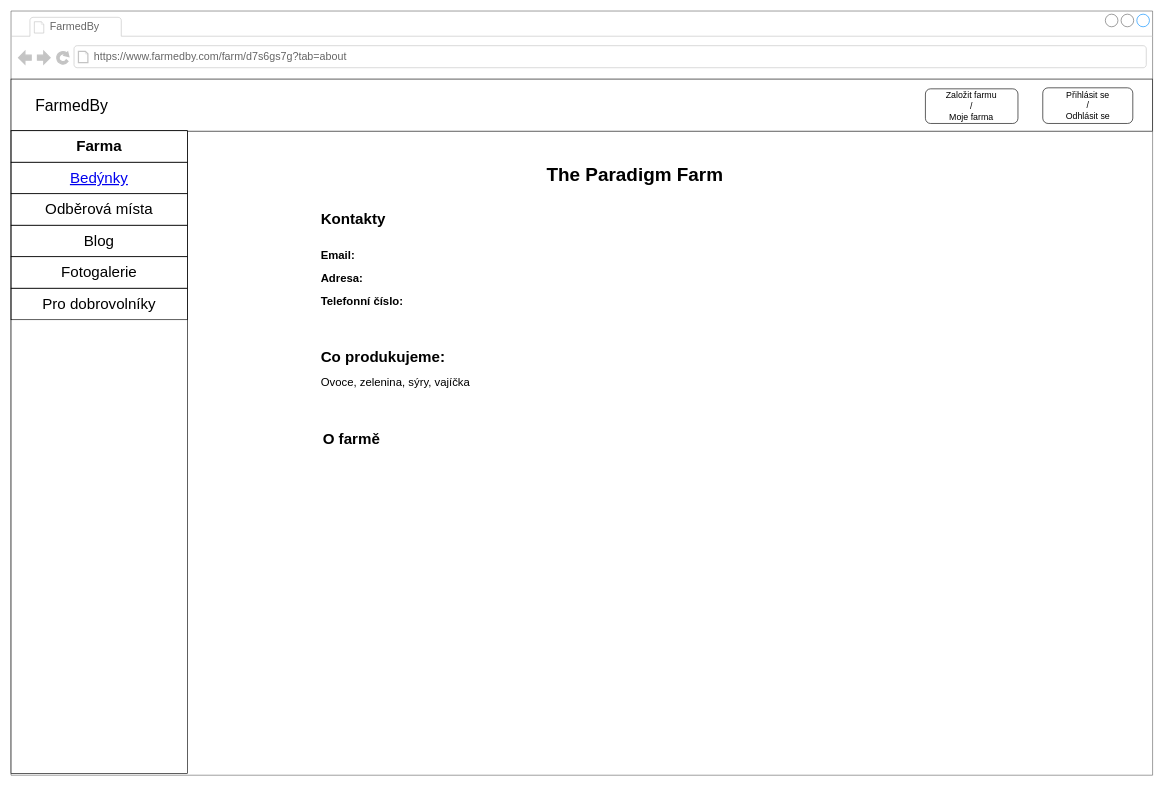
matous94/farmedby keeps this draw.io diagram as page "FarmPage" (4 of 7) of wireframes.drawio. Above is the earlier version. Source tidied: cells renumbered, new cells numbered last; positions are measured from the earlier drawing's top-left corner, leaving out a move shared by most shapes. Both pictures are drawn from the tidied source at 63%, with x=0, y=0 at pixel (11, 11).
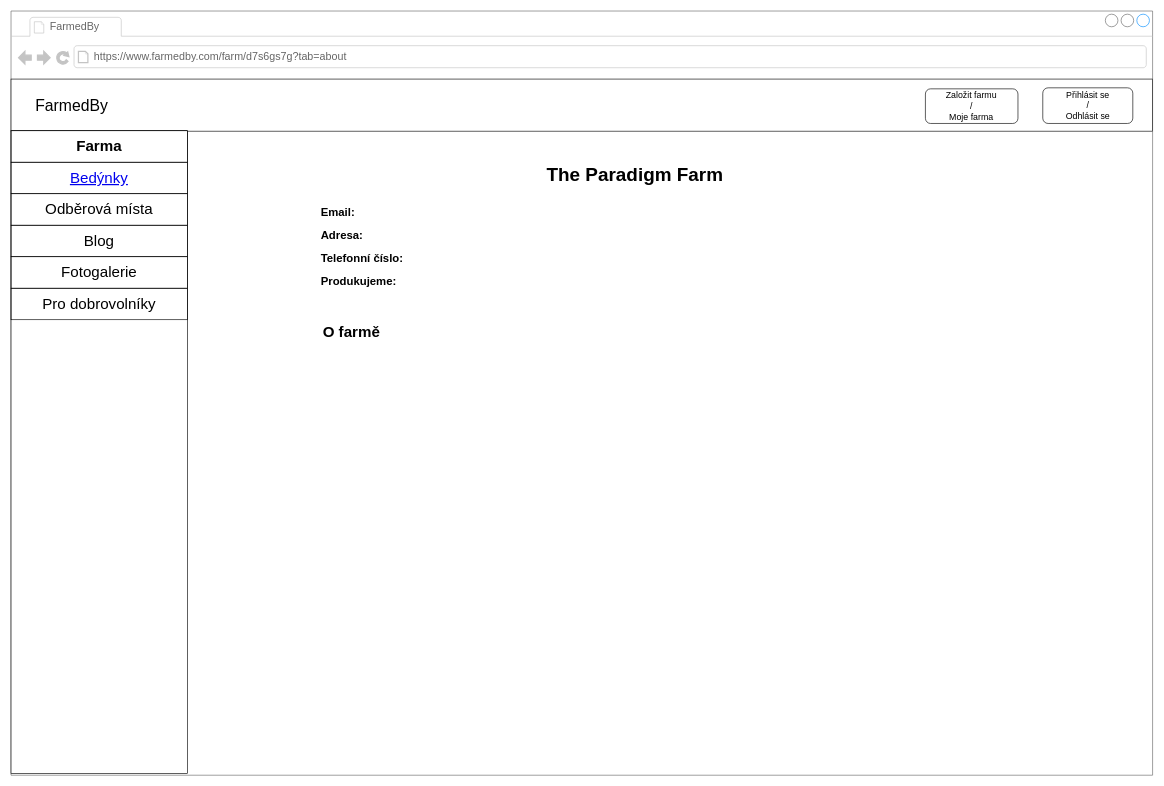
After the change.

Unchanged cells that the change refers to:
```xml
<mxCell id="2" style="group;" parent="1" vertex="1">
  <mxGeometry width="1812" height="1213" as="geometry" />
</mxCell>
```

Diff of the diagram source:
```diff
@@
-    <mxCell id="18" style="group;" parent="2" vertex="1">
-      <mxGeometry x="490" y="290" width="300" height="410" as="geometry" />
-    </mxCell>
-    <mxCell id="19" value="&lt;h1&gt;Kontakty&lt;/h1&gt;" style="text;html=1;strokeColor=none;fillColor=none;align=left;verticalAlign=middle;whiteSpace=wrap;rounded=0;" parent="18" vertex="1">
-      <mxGeometry width="250" height="80" as="geometry" />
-    </mxCell>
+    <mxCell id="24" value="&lt;font style=&quot;font-size: 30px&quot;&gt;The Paradigm Farm&lt;/font&gt;" style="text;strokeColor=none;fillColor=none;html=1;fontSize=24;fontStyle=1;verticalAlign=middle;align=center;" parent="2" vertex="1">
+      <mxGeometry x="840" y="230" width="300" height="60" as="geometry" />
+    </mxCell>
-    <mxCell id="20" value="&lt;h2&gt;Email:&lt;/h2&gt;&lt;h2&gt;Adresa:&lt;/h2&gt;&lt;h2&gt;Telefonní číslo:&lt;/h2&gt;" style="text;html=1;strokeColor=none;fillColor=none;align=left;verticalAlign=middle;whiteSpace=wrap;rounded=0;" parent="18" vertex="1">
-      <mxGeometry y="80" width="190" height="110" as="geometry" />
+    <mxCell id="20" value="&lt;h2&gt;Email:&lt;/h2&gt;&lt;h2&gt;Adresa:&lt;/h2&gt;&lt;h2&gt;Telefonní číslo:&lt;/h2&gt;&lt;div&gt;&lt;h2&gt;Produkujeme:&lt;/h2&gt;&lt;/div&gt;" style="text;html=1;strokeColor=none;fillColor=none;align=left;verticalAlign=middle;whiteSpace=wrap;rounded=0;" parent="2" vertex="1">
+      <mxGeometry x="490" y="310" width="190" height="130" as="geometry" />
     </mxCell>
-    <mxCell id="21" value="Co produkujeme:" style="text;strokeColor=none;fillColor=none;html=1;fontSize=24;fontStyle=1;verticalAlign=middle;align=left;" parent="18" vertex="1">
-      <mxGeometry y="230" width="210" height="60" as="geometry" />
-    </mxCell>
-    <mxCell id="22" value="&lt;h2&gt;&lt;span style=&quot;font-weight: normal&quot;&gt;Ovoce, zelenina, sýry, vajíčka&lt;/span&gt;&lt;/h2&gt;" style="text;html=1;strokeColor=none;fillColor=none;align=left;verticalAlign=middle;whiteSpace=wrap;rounded=0;" parent="18" vertex="1">
-      <mxGeometry y="280" width="300" height="40" as="geometry" />
-    </mxCell>
-    <mxCell id="23" value="O farmě" style="text;strokeColor=none;fillColor=none;html=1;fontSize=24;fontStyle=1;verticalAlign=middle;align=center;" parent="18" vertex="1">
-      <mxGeometry y="370" width="100" height="40" as="geometry" />
+    <mxCell id="23" value="O farmě" style="text;strokeColor=none;fillColor=none;html=1;fontSize=24;fontStyle=1;verticalAlign=middle;align=center;" parent="2" vertex="1">
+      <mxGeometry x="490" y="490" width="100" height="40" as="geometry" />
     </mxCell>
-    <mxCell id="24" value="&lt;font style=&quot;font-size: 30px&quot;&gt;The Paradigm Farm&lt;/font&gt;" style="text;strokeColor=none;fillColor=none;html=1;fontSize=24;fontStyle=1;verticalAlign=middle;align=center;" parent="2" vertex="1">
-      <mxGeometry x="840" y="230" width="300" height="60" as="geometry" />
-    </mxCell>
```
